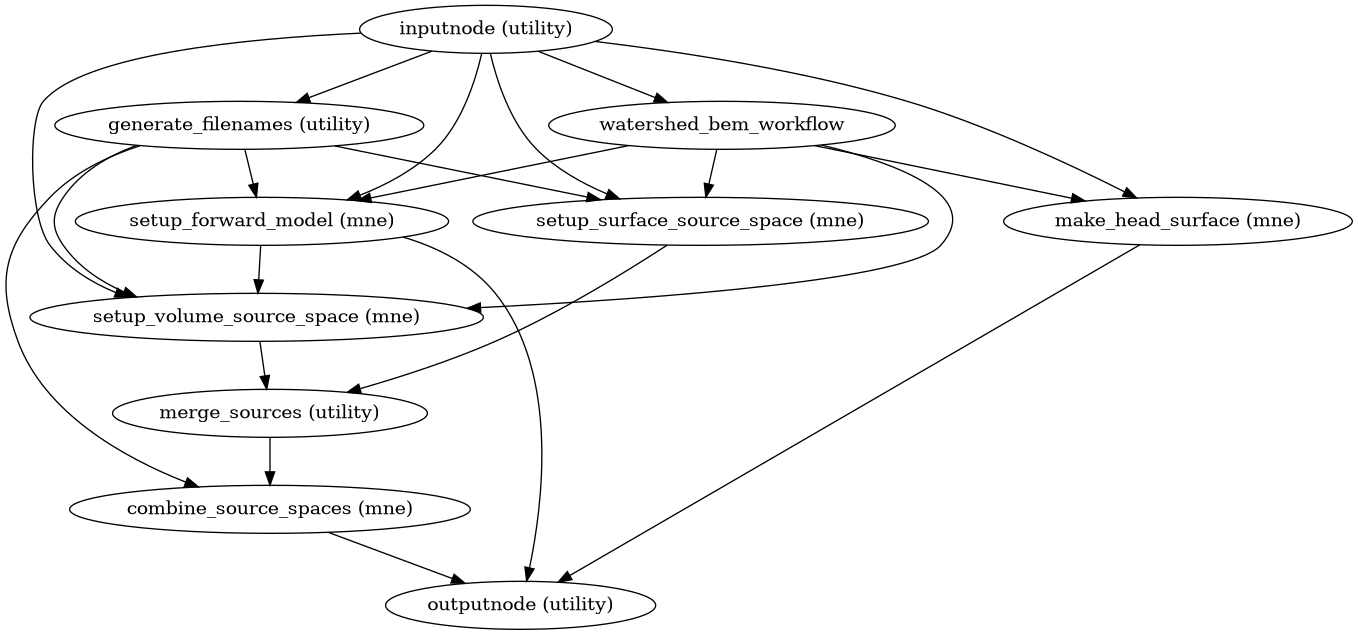
vferat/meeg-pipelines keeps this Graphviz diagram as pr-preview/pr-9/api/meegpype-workflows-meg-anat-1.png. Above is the earlier version. Its source is kept beside it as pr-preview/pr-9/wf_directive/api/meg_anat_workflow/meegpype-workflows-meg-anat-1.dot.
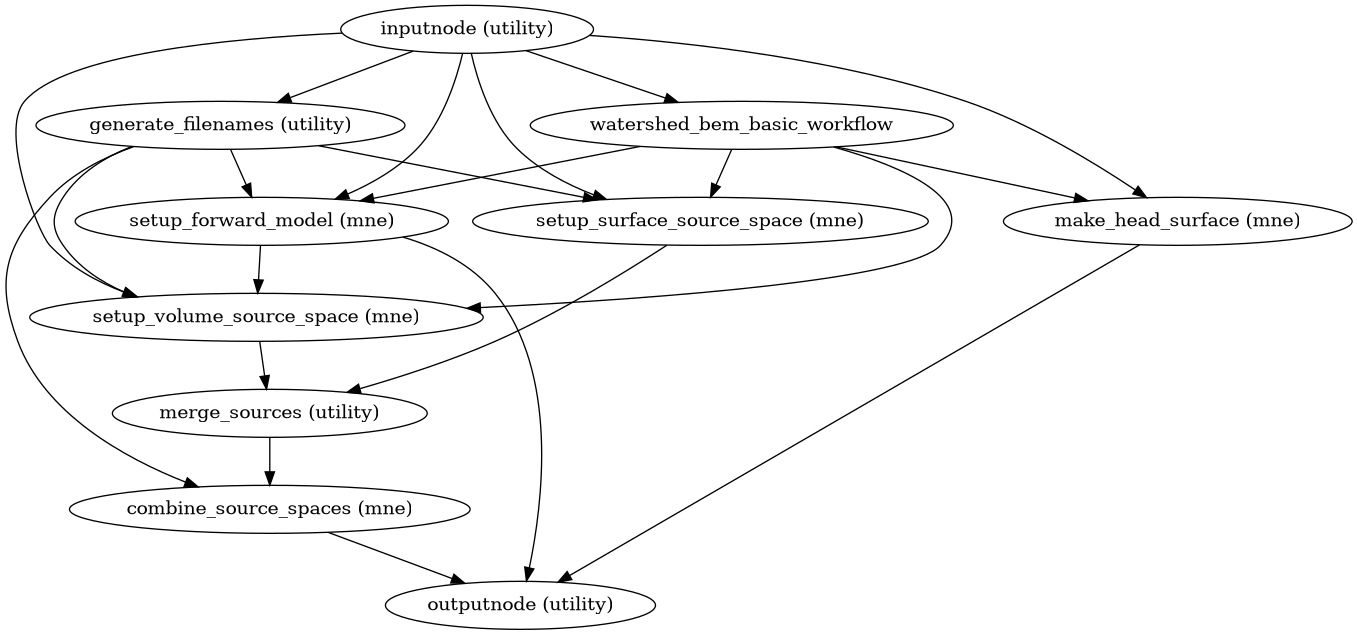
After the commit.

Diff of the diagram source:
```diff
@@ -3,7 +3,7 @@
 "setup_surface_source_space (mne)";
 "setup_volume_source_space (mne)";
 "generate_filenames (utility)";
-"watershed_bem_workflow";
+"watershed_bem_basic_workflow";
 "setup_forward_model (mne)";
 "make_head_surface (mne)";
 "merge_sources (utility)";
@@ -12,7 +12,7 @@
 "inputnode (utility)" -> "setup_surface_source_space (mne)";
 "inputnode (utility)" -> "setup_volume_source_space (mne)";
 "inputnode (utility)" -> "generate_filenames (utility)";
-"inputnode (utility)" -> "watershed_bem_workflow";
+"inputnode (utility)" -> "watershed_bem_basic_workflow";
 "inputnode (utility)" -> "setup_forward_model (mne)";
 "inputnode (utility)" -> "make_head_surface (mne)";
 "setup_surface_source_space (mne)" -> "merge_sources (utility)";
@@ -21,10 +21,10 @@
 "generate_filenames (utility)" -> "setup_volume_source_space (mne)";
 "generate_filenames (utility)" -> "combine_source_spaces (mne)";
 "generate_filenames (utility)" -> "setup_forward_model (mne)";
-"watershed_bem_workflow" -> "setup_surface_source_space (mne)";
-"watershed_bem_workflow" -> "setup_volume_source_space (mne)";
-"watershed_bem_workflow" -> "setup_forward_model (mne)";
-"watershed_bem_workflow" -> "make_head_surface (mne)";
+"watershed_bem_basic_workflow" -> "setup_surface_source_space (mne)";
+"watershed_bem_basic_workflow" -> "setup_volume_source_space (mne)";
+"watershed_bem_basic_workflow" -> "setup_forward_model (mne)";
+"watershed_bem_basic_workflow" -> "make_head_surface (mne)";
 "setup_forward_model (mne)" -> "setup_volume_source_space (mne)";
 "setup_forward_model (mne)" -> "outputnode (utility)";
 "make_head_surface (mne)" -> "outputnode (utility)";
```
